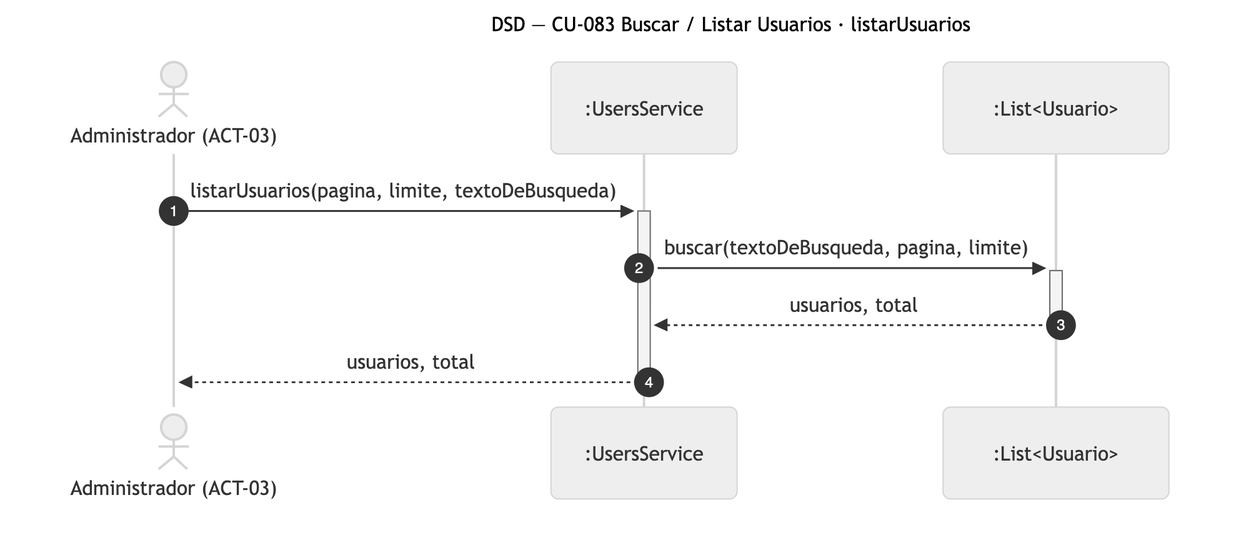
Earlier version of the Mermaid export diagramas/png/DSD_CU-083_listarUsuarios.png (Nahuelito-Dev/splg-docs). Its source is kept beside it as diagramas/DSD_CU-083_listarUsuarios.mmd. Its diagram source:
```mermaid
sequenceDiagram
    title DSD — CU-083 Buscar / Listar Usuarios · listarUsuarios
    autonumber
    actor ADM as Administrador (ACT-03)
    participant SRV as :UsersService
    participant COL as :List#lt;Usuario#gt;

    ADM->>+SRV: listarUsuarios(pagina, limite, textoDeBusqueda)
    SRV->>+COL: buscar(textoDeBusqueda, pagina, limite)
    COL-->>-SRV: usuarios, total
    SRV-->>-ADM: usuarios, total
```
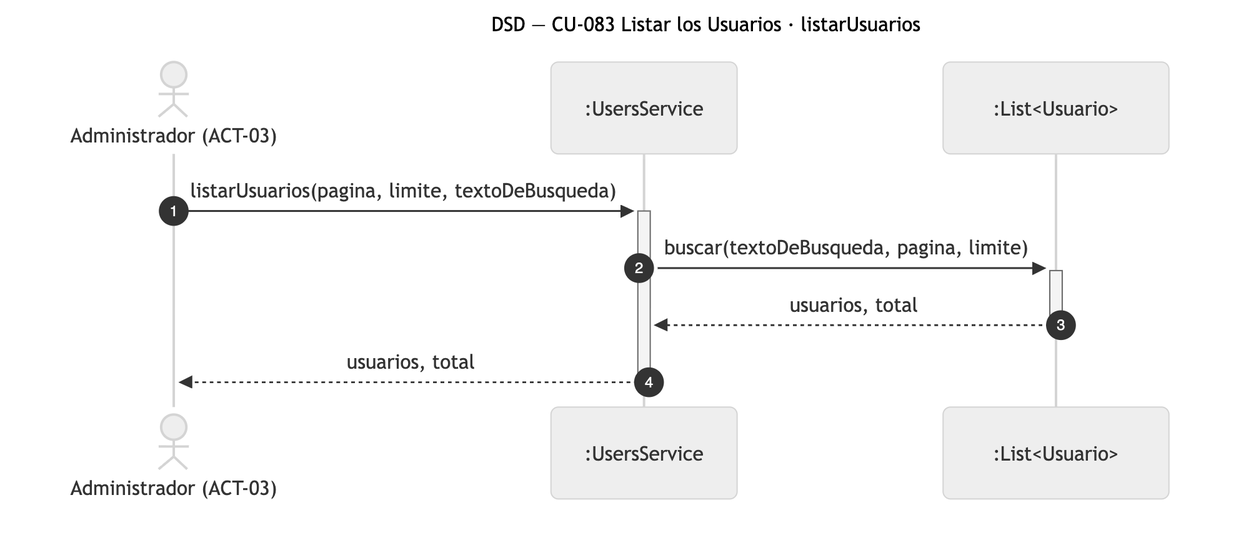
Later version of the same file.

Change to the diagram source:
```diff
@@ -1,5 +1,5 @@
 sequenceDiagram
-    title DSD — CU-083 Buscar / Listar Usuarios · listarUsuarios
+    title DSD — CU-083 Listar los Usuarios · listarUsuarios
     autonumber
     actor ADM as Administrador (ACT-03)
     participant SRV as :UsersService
```
